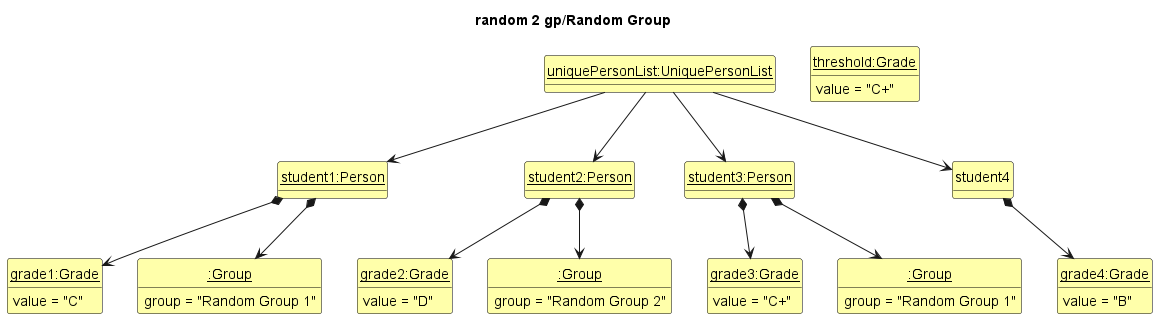
Before: docs/images/RandomState2.png, a diagram exported from PlantUML (willowisp01/tp). Its diagram source:
```plantuml
@startuml

hide circle
hide methods
skinparam ClassFontColor #000000
skinparam ClassBorderColor #000000
skinparam ClassBackgroundColor #FFFFAA

title random 2 gp/Random Group

class uniquePersonList as "<u>uniquePersonList:UniquePersonList</u>"
class student1 as "<u>student1:Person</u>"
class student2 as "<u>student2:Person</u>"
class student3 as "<u>student3:Person</u>"
class grade1  as "<u>grade1:Grade</u>" {
    value = "C"
}
class grade2 as "<u>grade2:Grade</u>"{
    value = "D"
}
class grade3 as "<u>grade3:Grade</u>"{
    value = "C+"
}
class grade4 as "<u>grade4:Grade</u>"{
    value = "B"
}
class Grade as "<u>threshold:Grade</u>"{
    value = "C+"
}
class group1 as "<u>:Group</u>"{
    group = "Random Group 1"
}
class group2 as "<u>:Group</u>"{
    group = "Random Group 1"
}
class group3 as "<u>:Group</u>"{
    group = "Random Group 2"
}


student1 -[hidden]right-> student2
student2 -[hidden]right-> student3

uniquePersonList -down-> student1
uniquePersonList -down-> student2
uniquePersonList -down-> student3
uniquePersonList -down-> student4

student1 *-down-> grade1
student2 *-down-> grade2
student3 *-down-> grade3
student4 *-down-> grade4

student1 *-down-> group1
student2 *-down-> group3
student3 *-down-> group2

@enduml
```
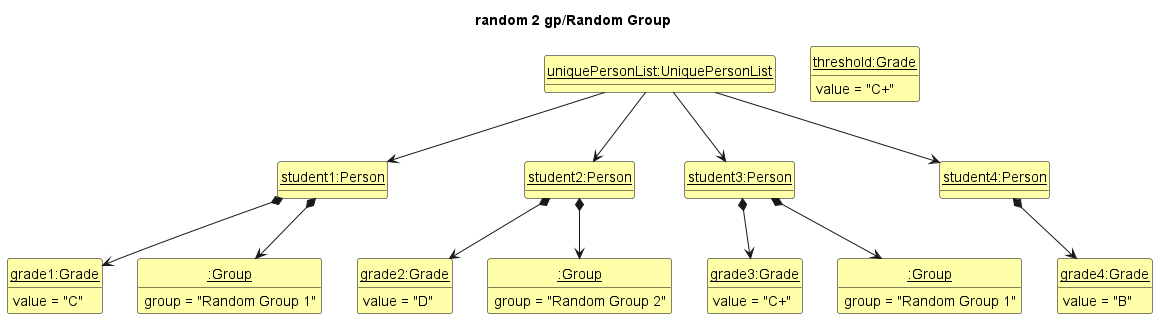
The same file after the commit.

Diff of the diagram source:
```diff
@@ -12,6 +12,7 @@
 class student1 as "<u>student1:Person</u>"
 class student2 as "<u>student2:Person</u>"
 class student3 as "<u>student3:Person</u>"
+class student4 as "<u>student4:Person</u>"
 class grade1  as "<u>grade1:Grade</u>" {
     value = "C"
 }
```
